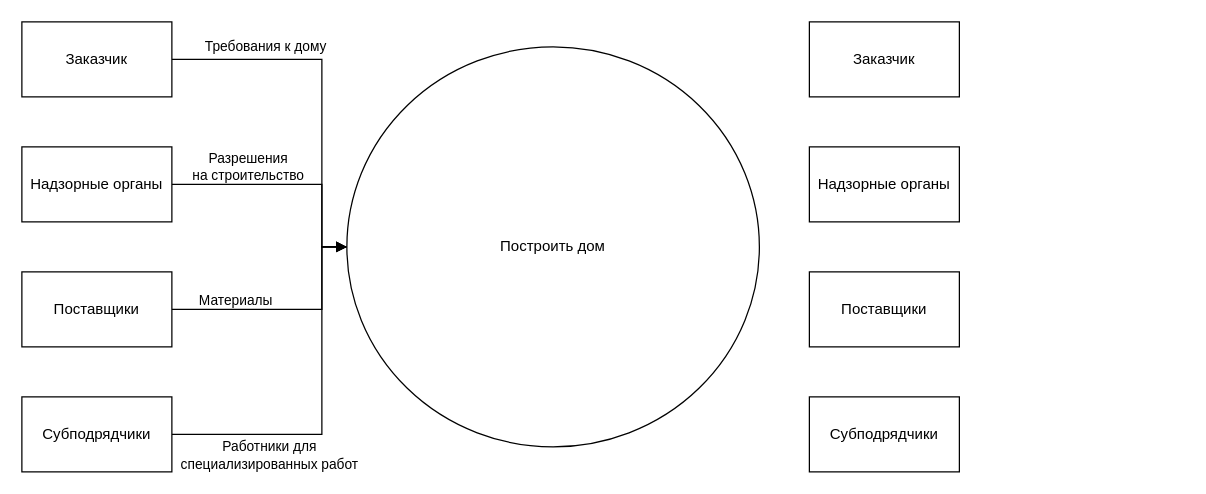
v-tempe/draw.io keeps this draw.io diagram as mbp22.drawio. Above is the earlier version. Source tidied: cells renumbered, new cells numbered last; positions are measured from the earlier drawing's top-left corner, leaving out a move shared by most shapes. Both pictures are drawn from the tidied source at 125%, with x=0, y=0 at pixel (21, 21).
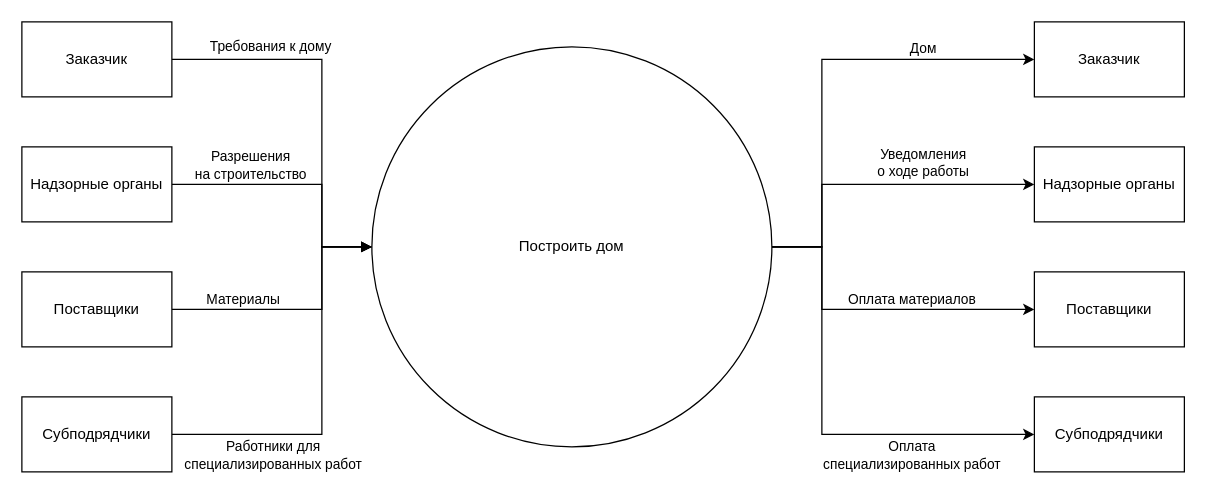
The same page after the edit.

The change refers to these unchanged cells:
```xml
<mxCell id="6" style="edgeStyle=orthogonalEdgeStyle;rounded=0;jettySize=auto;html=1;exitX=1;exitY=0.5;exitDx=0;exitDy=0;entryX=0;entryY=0.5;entryDx=0;entryDy=0;endArrow=blockThin;endFill=1;" parent="1" edge="1" source="8" target="2">
  <mxGeometry relative="1" as="geometry">
    <Array as="points">
      <mxPoint x="240" y="130" />
      <mxPoint x="240" y="180" />
    </Array>
  </mxGeometry>
</mxCell>
<mxCell id="9" style="edgeStyle=orthogonalEdgeStyle;rounded=0;jettySize=auto;html=1;exitX=1;exitY=0.5;exitDx=0;exitDy=0;entryX=0;entryY=0.5;entryDx=0;entryDy=0;endArrow=block;endFill=1;" parent="1" edge="1" source="11" target="2">
  <mxGeometry relative="1" as="geometry">
    <Array as="points">
      <mxPoint x="240" y="230" />
      <mxPoint x="240" y="180" />
    </Array>
  </mxGeometry>
</mxCell>
```

Change to the diagram source:
```diff
@@
+    <mxCell id="19" style="edgeStyle=orthogonalEdgeStyle;rounded=0;jettySize=auto;html=1;exitX=1;exitY=0.5;exitDx=0;exitDy=0;entryX=0;entryY=0.5;entryDx=0;entryDy=0;" parent="1" edge="1" source="2" target="15">
+      <mxGeometry relative="1" as="geometry">
+        <Array as="points">
+          <mxPoint x="640" y="180" />
+          <mxPoint x="640" y="30" />
+        </Array>
+      </mxGeometry>
+    </mxCell>
+    <mxCell id="20" value="Дом" style="edgeLabel;html=1;align=center;verticalAlign=middle;" parent="19" vertex="1">
+      <mxGeometry x="0.79" y="4" relative="1" as="geometry">
+        <mxPoint x="-52" y="-6" as="offset" />
+      </mxGeometry>
+    </mxCell>
+    <mxCell id="21" style="edgeStyle=orthogonalEdgeStyle;rounded=0;jettySize=auto;html=1;exitX=1;exitY=0.5;exitDx=0;exitDy=0;entryX=0;entryY=0.5;entryDx=0;entryDy=0;" parent="1" edge="1" source="2" target="16">
+      <mxGeometry relative="1" as="geometry">
+        <Array as="points">
+          <mxPoint x="640" y="180" />
+          <mxPoint x="640" y="130" />
+        </Array>
+      </mxGeometry>
+    </mxCell>
+    <mxCell id="22" value="Уведомления&lt;div&gt;о ходе работы&lt;/div&gt;" style="edgeLabel;html=1;align=center;verticalAlign=middle;" parent="21" vertex="1">
+      <mxGeometry x="0.37" y="2" relative="1" as="geometry">
+        <mxPoint x="-8" y="-16" as="offset" />
+      </mxGeometry>
+    </mxCell>
+    <mxCell id="23" style="edgeStyle=orthogonalEdgeStyle;rounded=0;jettySize=auto;html=1;exitX=1;exitY=0.5;exitDx=0;exitDy=0;entryX=0;entryY=0.5;entryDx=0;entryDy=0;" parent="1" edge="1" source="2" target="17">
+      <mxGeometry relative="1" as="geometry">
+        <Array as="points">
+          <mxPoint x="640" y="180" />
+          <mxPoint x="640" y="230" />
+        </Array>
+      </mxGeometry>
+    </mxCell>
+    <mxCell id="24" value="Оплата материалов" style="edgeLabel;html=1;align=center;verticalAlign=middle;" parent="23" vertex="1">
+      <mxGeometry x="0.24" relative="1" as="geometry">
+        <mxPoint y="-9" as="offset" />
+      </mxGeometry>
+    </mxCell>
+    <mxCell id="25" style="edgeStyle=orthogonalEdgeStyle;rounded=0;jettySize=auto;html=1;exitX=1;exitY=0.5;exitDx=0;exitDy=0;entryX=0;entryY=0.5;entryDx=0;entryDy=0;" parent="1" edge="1" source="2" target="18">
+      <mxGeometry relative="1" as="geometry">
+        <Array as="points">
+          <mxPoint x="640" y="180" />
+          <mxPoint x="640" y="330" />
+        </Array>
+      </mxGeometry>
+    </mxCell>
+    <mxCell id="26" value="Оплата&lt;div&gt;специализированных работ&lt;/div&gt;" style="edgeLabel;html=1;align=center;verticalAlign=middle;" parent="25" vertex="1">
+      <mxGeometry x="0.45" relative="1" as="geometry">
+        <mxPoint y="16" as="offset" />
+      </mxGeometry>
+    </mxCell>
     <mxCell id="2" value="Построить дом" style="ellipse;whiteSpace=wrap;html=1;" parent="1" vertex="1">
-      <mxGeometry x="260" y="20" width="330" height="320" as="geometry" />
+      <mxGeometry x="280" y="20" width="320" height="320" as="geometry" />
     </mxCell>
@@
     <mxCell id="7" value="Разрешения&lt;div&gt;на строительство&lt;/div&gt;" style="edgeLabel;html=1;align=center;verticalAlign=middle;labelBackgroundColor=none;" parent="6" vertex="1">
       <mxGeometry x="-0.71" relative="1" as="geometry">
-        <mxPoint x="32" y="-15" as="offset" />
+        <mxPoint x="32" y="-16" as="offset" />
       </mxGeometry>
     </mxCell>
@@
     <mxCell id="10" value="Материалы" style="edgeLabel;html=1;align=center;verticalAlign=middle;labelBackgroundColor=none;" parent="9" vertex="1">
       <mxGeometry x="-0.47" y="-1" relative="1" as="geometry">
-        <mxPoint y="-9" as="offset" />
+        <mxPoint y="-10" as="offset" />
       </mxGeometry>
     </mxCell>
@@
     <mxCell id="15" value="Заказчик" style="rounded=0;whiteSpace=wrap;html=1;" parent="1" vertex="1">
-      <mxGeometry x="630" width="120" height="60" as="geometry" />
+      <mxGeometry x="810" width="120" height="60" as="geometry" />
     </mxCell>
     <mxCell id="16" value="Надзорные органы" style="rounded=0;whiteSpace=wrap;html=1;" parent="1" vertex="1">
-      <mxGeometry x="630" y="100" width="120" height="60" as="geometry" />
+      <mxGeometry x="810" y="100" width="120" height="60" as="geometry" />
     </mxCell>
     <mxCell id="17" value="Поставщики" style="rounded=0;whiteSpace=wrap;html=1;" parent="1" vertex="1">
-      <mxGeometry x="630" y="200" width="120" height="60" as="geometry" />
+      <mxGeometry x="810" y="200" width="120" height="60" as="geometry" />
     </mxCell>
     <mxCell id="18" value="Субподрядчики" style="rounded=0;whiteSpace=wrap;html=1;" parent="1" vertex="1">
-      <mxGeometry x="630" y="300" width="120" height="60" as="geometry" />
+      <mxGeometry x="810" y="300" width="120" height="60" as="geometry" />
     </mxCell>
```
